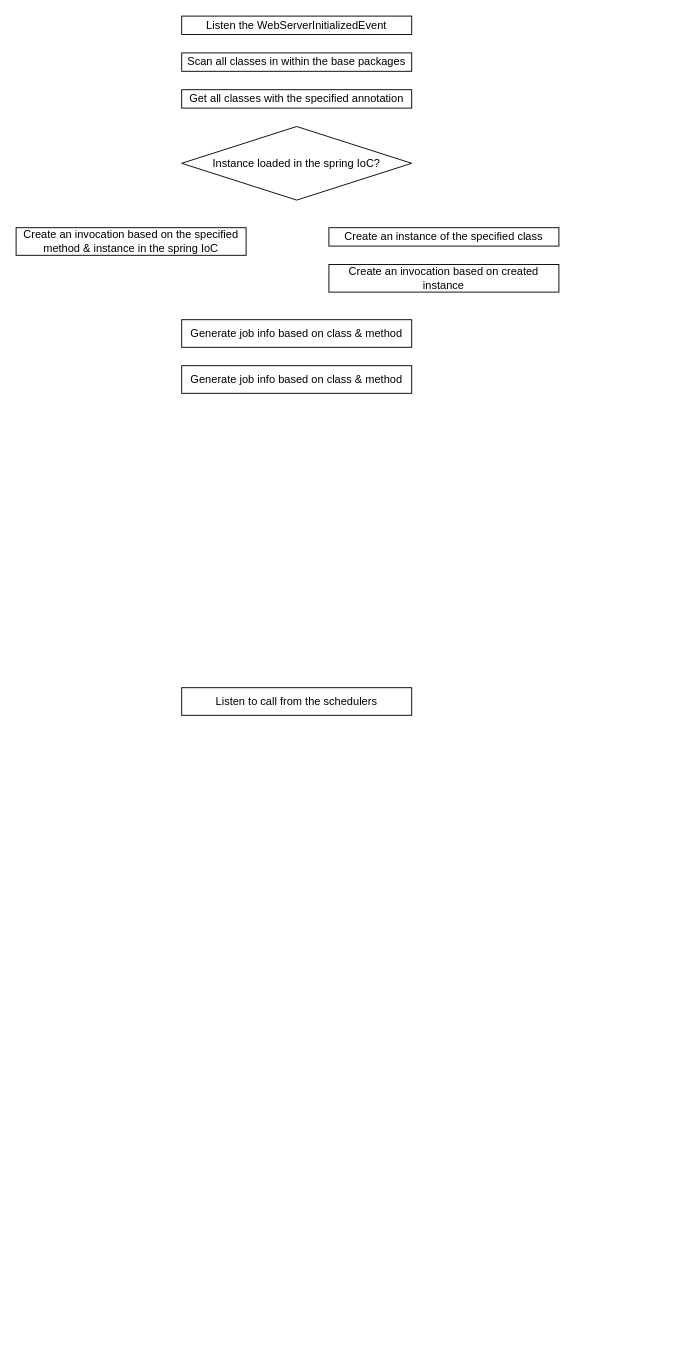
Before: Cygnus.drawio in D15190304050/drawio_charts, a draw.io diagram. Source tidied: cells renumbered, new cells numbered last; positions are measured from the earlier drawing's top-left corner, leaving out a move shared by most shapes. Both pictures are drawn from the tidied source at 92%, with x=0, y=0 at pixel (16, 16).
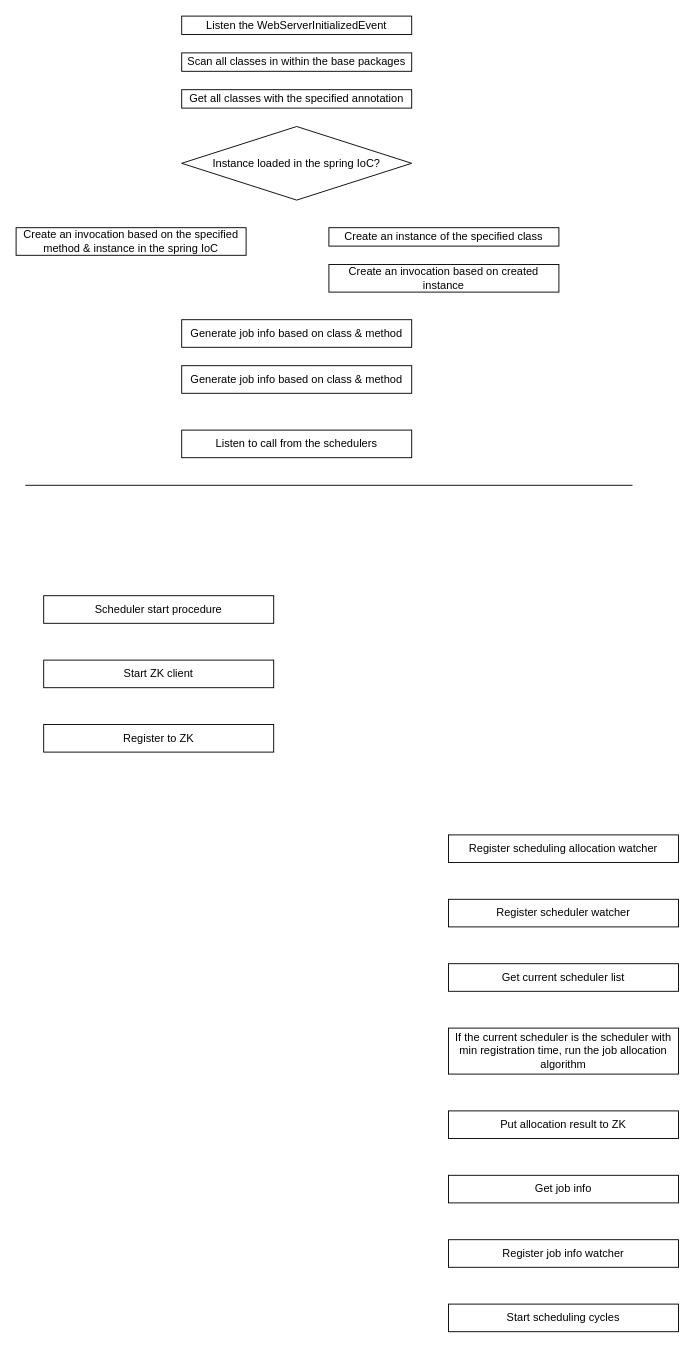
Above is the later version.

What changed in the source:
```diff
@@
     <mxCell id="10" value="Listen to call from the schedulers" style="rounded=0;whiteSpace=wrap;html=1;" parent="1" vertex="1">
-      <mxGeometry x="180" y="730" width="250" height="30" as="geometry" />
+      <mxGeometry x="180" y="450" width="250" height="30" as="geometry" />
     </mxCell>
@@
+    <mxCell id="12" value="Scheduler start procedure" style="rounded=0;whiteSpace=wrap;html=1;" parent="1" vertex="1">
+      <mxGeometry x="30" y="630" width="250" height="30" as="geometry" />
+    </mxCell>
+    <mxCell id="13" style="endArrow=none;html=1;rounded=0;" parent="1" edge="1">
+      <mxGeometry relative="1" as="geometry">
+        <mxPoint x="10" y="510" as="sourcePoint" />
+        <mxPoint x="670" y="510" as="targetPoint" />
+      </mxGeometry>
+    </mxCell>
+    <mxCell id="14" value="Start ZK client" style="rounded=0;whiteSpace=wrap;html=1;" parent="1" vertex="1">
+      <mxGeometry x="30" y="700" width="250" height="30" as="geometry" />
+    </mxCell>
+    <mxCell id="15" value="Get current scheduler list" style="rounded=0;whiteSpace=wrap;html=1;" parent="1" vertex="1">
+      <mxGeometry x="470" y="1030" width="250" height="30" as="geometry" />
+    </mxCell>
+    <mxCell id="16" value="If the current scheduler is the scheduler with min registration time, run the job allocation algorithm" style="rounded=0;whiteSpace=wrap;html=1;" parent="1" vertex="1">
+      <mxGeometry x="470" y="1100" width="250" height="50" as="geometry" />
+    </mxCell>
+    <mxCell id="17" value="Register scheduler watcher" style="rounded=0;whiteSpace=wrap;html=1;" parent="1" vertex="1">
+      <mxGeometry x="470" y="960" width="250" height="30" as="geometry" />
+    </mxCell>
+    <mxCell id="18" value="Start scheduling cycles" style="rounded=0;whiteSpace=wrap;html=1;" parent="1" vertex="1">
+      <mxGeometry x="470" y="1400" width="250" height="30" as="geometry" />
+    </mxCell>
+    <mxCell id="19" value="Put allocation result to ZK" style="rounded=0;whiteSpace=wrap;html=1;" parent="1" vertex="1">
+      <mxGeometry x="470" y="1190" width="250" height="30" as="geometry" />
+    </mxCell>
+    <mxCell id="20" value="Register scheduling allocation watcher" style="rounded=0;whiteSpace=wrap;html=1;" parent="1" vertex="1">
+      <mxGeometry x="470" y="890" width="250" height="30" as="geometry" />
+    </mxCell>
+    <mxCell id="21" value="Get job info" style="rounded=0;whiteSpace=wrap;html=1;" parent="1" vertex="1">
+      <mxGeometry x="470" y="1260" width="250" height="30" as="geometry" />
+    </mxCell>
+    <mxCell id="22" value="Register job info watcher" style="rounded=0;whiteSpace=wrap;html=1;" parent="1" vertex="1">
+      <mxGeometry x="470" y="1330" width="250" height="30" as="geometry" />
+    </mxCell>
+    <mxCell id="23" value="Register to ZK" style="rounded=0;whiteSpace=wrap;html=1;" parent="1" vertex="1">
+      <mxGeometry x="30" y="770" width="250" height="30" as="geometry" />
+    </mxCell>
```
